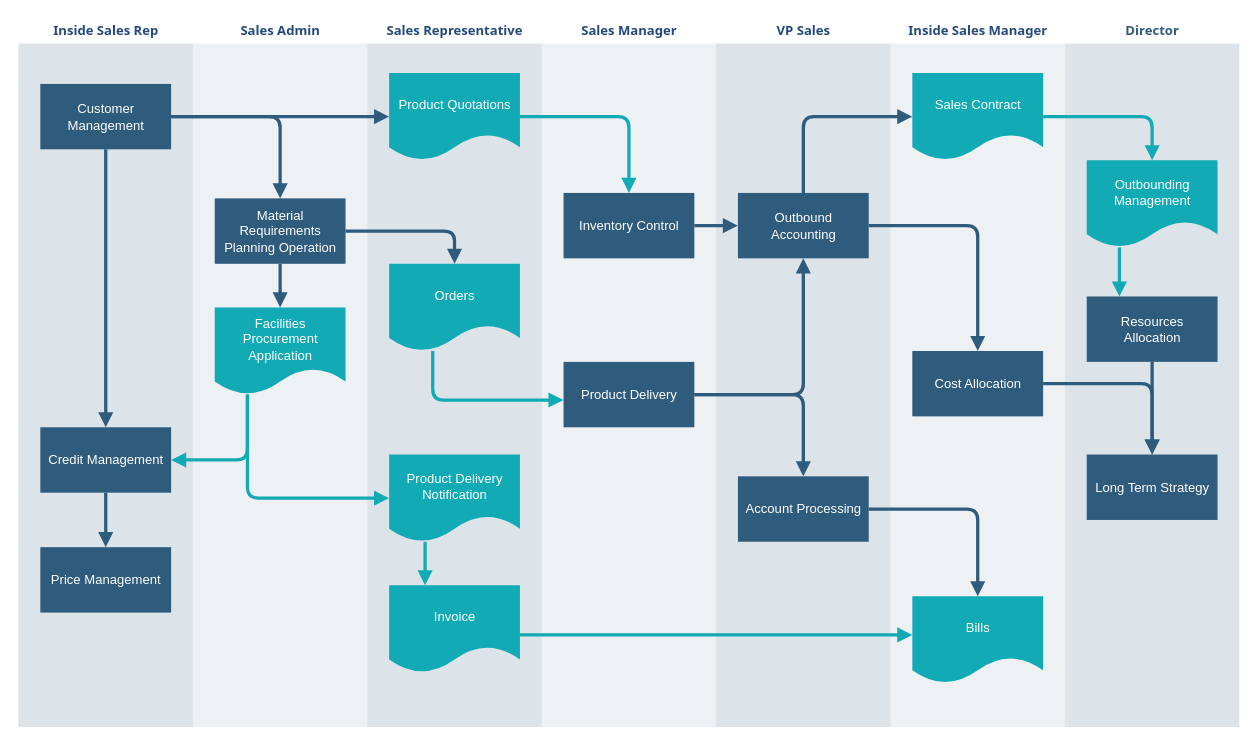
DeeeFOX/webcrawler keeps this draw.io diagram as try.drawio. Above is the earlier version. Source tidied: cells renumbered, new cells numbered last; positions are measured from the earlier drawing's top-left corner, leaving out a move shared by most shapes. Both pictures are drawn from the tidied source at 109%, with x=0, y=0 at pixel (17, 17).
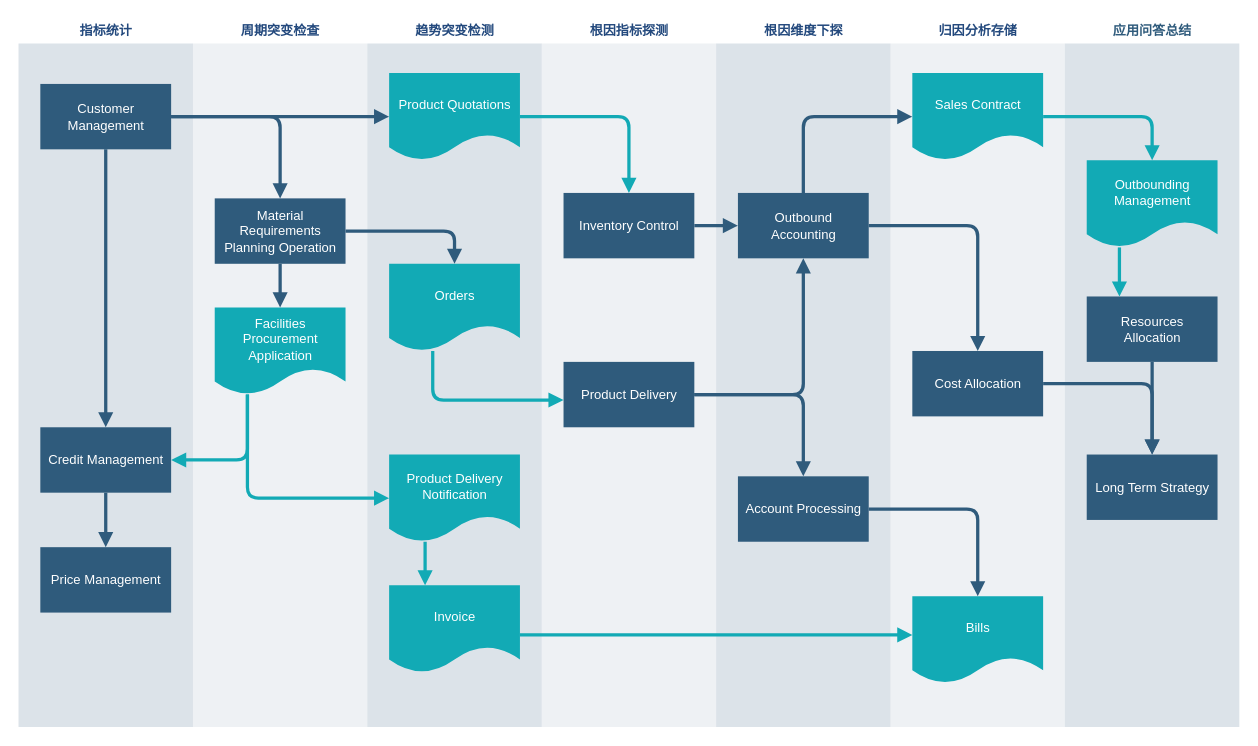
After the change.

What changed in the source:
```diff
@@
-    <mxCell id="2" value="&lt;font color=&quot;#23497d&quot;&gt;Inside Sales Rep&lt;/font&gt;" style="swimlane;whiteSpace=wrap;fillColor=none;swimlaneFillColor=#BAC8D3;fontColor=#2F5B7C;fontFamily=Tahoma;html=1;strokeColor=none;opacity=50;" parent="1" vertex="1">
+    <mxCell id="2" value="&lt;font color=&quot;#23497d&quot;&gt;指标统计&lt;/font&gt;" style="swimlane;whiteSpace=wrap;fillColor=none;swimlaneFillColor=#BAC8D3;fontColor=#2F5B7C;fontFamily=Tahoma;html=1;strokeColor=none;opacity=50;" parent="1" vertex="1">
       <mxGeometry x="0.5" y="0.5" width="160" height="650" as="geometry" />
     </mxCell>
@@
-    <mxCell id="8" value="&lt;font color=&quot;#23497d&quot;&gt;Inside Sales Manager&lt;/font&gt;" style="swimlane;whiteSpace=wrap;fillColor=none;swimlaneFillColor=#BAC8D3;fontColor=#2F5B7C;fontFamily=Tahoma;html=1;strokeColor=none;opacity=25;" parent="1" vertex="1">
+    <mxCell id="8" value="&lt;font color=&quot;#23497d&quot;&gt;归因分析存储&lt;/font&gt;" style="swimlane;whiteSpace=wrap;fillColor=none;swimlaneFillColor=#BAC8D3;fontColor=#2F5B7C;fontFamily=Tahoma;html=1;strokeColor=none;opacity=25;" parent="1" vertex="1">
       <mxGeometry x="800.5" y="0.5" width="160" height="650" as="geometry" />
     </mxCell>
@@
-    <mxCell id="12" value="&lt;font color=&quot;#23497d&quot;&gt;VP Sales&lt;/font&gt;" style="swimlane;whiteSpace=wrap;fillColor=none;swimlaneFillColor=#BAC8D3;fontColor=#2F5B7C;fontFamily=Tahoma;html=1;strokeColor=none;opacity=50;" parent="1" vertex="1">
+    <mxCell id="12" value="&lt;font color=&quot;#23497d&quot;&gt;根因维度下探&lt;/font&gt;" style="swimlane;whiteSpace=wrap;fillColor=none;swimlaneFillColor=#BAC8D3;fontColor=#2F5B7C;fontFamily=Tahoma;html=1;strokeColor=none;opacity=50;" parent="1" vertex="1">
       <mxGeometry x="640.5" y="0.5" width="160" height="650" as="geometry" />
     </mxCell>
@@
-    <mxCell id="15" value="&lt;font color=&quot;#23497d&quot;&gt;Sales Admin&lt;/font&gt;" style="swimlane;whiteSpace=wrap;fillColor=none;swimlaneFillColor=#BAC8D3;fontColor=#2F5B7C;fontFamily=Tahoma;html=1;strokeColor=none;opacity=25;" parent="1" vertex="1">
+    <mxCell id="15" value="&lt;font color=&quot;#23497d&quot;&gt;周期突变检查&lt;/font&gt;" style="swimlane;whiteSpace=wrap;fillColor=none;swimlaneFillColor=#BAC8D3;fontColor=#2F5B7C;fontFamily=Tahoma;html=1;strokeColor=none;opacity=25;" parent="1" vertex="1">
       <mxGeometry x="160.5" y="0.5" width="160" height="650" as="geometry" />
     </mxCell>
@@
-    <mxCell id="19" value="&lt;font color=&quot;#23497d&quot;&gt;Sales Representative&lt;/font&gt;" style="swimlane;whiteSpace=wrap;fillColor=none;swimlaneFillColor=#BAC8D3;fontColor=#2F5B7C;fontFamily=Tahoma;html=1;strokeColor=none;opacity=50;" parent="1" vertex="1">
+    <mxCell id="19" value="&lt;font color=&quot;#23497d&quot;&gt;趋势突变检测&lt;/font&gt;" style="swimlane;whiteSpace=wrap;fillColor=none;swimlaneFillColor=#BAC8D3;fontColor=#2F5B7C;fontFamily=Tahoma;html=1;strokeColor=none;opacity=50;" parent="1" vertex="1">
       <mxGeometry x="320.5" y="0.5" width="160" height="650" as="geometry" />
     </mxCell>
@@
-    <mxCell id="25" value="&lt;font color=&quot;#23497d&quot;&gt;Sales Manager&lt;/font&gt;" style="swimlane;whiteSpace=wrap;fillColor=none;swimlaneFillColor=#BAC8D3;fontColor=#2F5B7C;fontFamily=Tahoma;html=1;strokeColor=none;opacity=25;" parent="1" vertex="1">
+    <mxCell id="25" value="&lt;font color=&quot;#23497d&quot;&gt;根因指标探测&lt;/font&gt;" style="swimlane;whiteSpace=wrap;fillColor=none;swimlaneFillColor=#BAC8D3;fontColor=#2F5B7C;fontFamily=Tahoma;html=1;strokeColor=none;opacity=25;" parent="1" vertex="1">
       <mxGeometry x="480.5" y="0.5" width="160" height="650" as="geometry" />
     </mxCell>
@@
-    <mxCell id="28" value="Director" style="swimlane;whiteSpace=wrap;fillColor=none;swimlaneFillColor=#BAC8D3;fontColor=#2F5B7C;fontFamily=Tahoma;html=1;strokeColor=none;opacity=50;" parent="1" vertex="1">
+    <mxCell id="28" value="应用问答总结" style="swimlane;whiteSpace=wrap;fillColor=none;swimlaneFillColor=#BAC8D3;fontColor=#2F5B7C;fontFamily=Tahoma;html=1;strokeColor=none;opacity=50;" parent="1" vertex="1">
       <mxGeometry x="960.5" y="0.5" width="160" height="650" as="geometry" />
     </mxCell>
```
